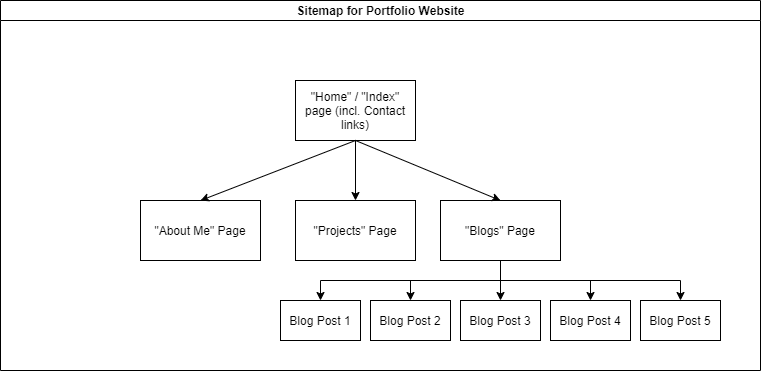
This is docs/sitemap.png from raymonddoan/portfolio_website, a draw.io export, as it was before one commit. Source tidied: cells renumbered, new cells last; positions are measured from the earlier drawing's top-left corner, leaving out a move shared by most shapes.
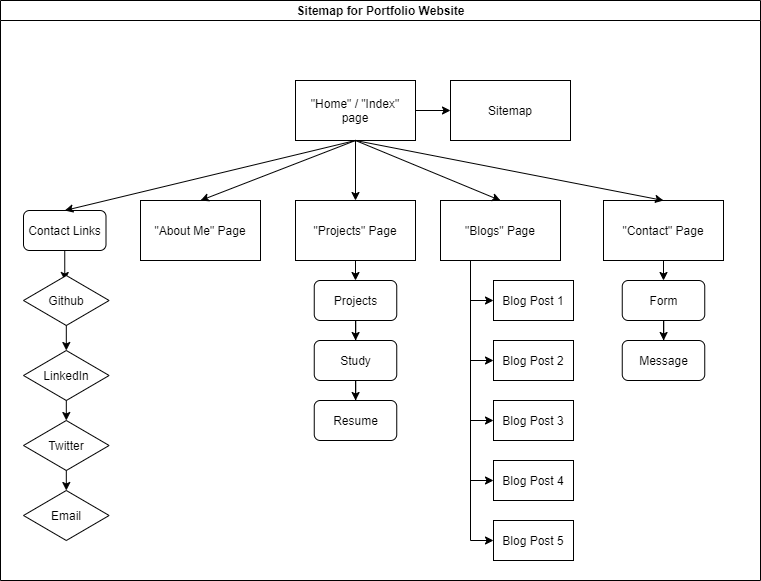
The same diagram one commit later.

The edit, as a diff of the source:
```diff
@@ -3,9 +3,9 @@
     <mxCell id="0" />
     <mxCell id="1" parent="0" />
     <mxCell id="2" value="Sitemap for Portfolio Website" style="swimlane;html=1;startSize=20;horizontal=1;containerType=tree;glass=0;" parent="1" vertex="1">
-      <mxGeometry width="760" height="370" as="geometry" />
+      <mxGeometry width="760" height="580" as="geometry" />
     </mxCell>
-    <mxCell id="3" value="&quot;Home&quot; / &quot;Index&quot; page (incl. Contact links)" style="rounded=0;whiteSpace=wrap;html=1;" parent="2" vertex="1">
+    <mxCell id="3" value="&quot;Home&quot; / &quot;Index&quot; page" style="rounded=0;whiteSpace=wrap;html=1;" parent="2" vertex="1">
       <mxGeometry x="295" y="80" width="120" height="60" as="geometry" />
     </mxCell>
     <mxCell id="4" value="&quot;About Me&quot; Page" style="rounded=0;whiteSpace=wrap;html=1;" parent="2" vertex="1">
@@ -17,36 +17,12 @@
     <mxCell id="6" value="&quot;Blogs&quot; Page" style="rounded=0;whiteSpace=wrap;html=1;" parent="2" vertex="1">
       <mxGeometry x="440" y="200" width="120" height="60" as="geometry" />
     </mxCell>
-    <mxCell id="7" style="edgeStyle=orthogonalEdgeStyle;rounded=0;jettySize=auto;html=1;exitX=0.5;exitY=1;exitDx=0;exitDy=0;" parent="2" edge="1" source="6" target="8">
+    <mxCell id="7" style="edgeStyle=orthogonalEdgeStyle;rounded=0;jettySize=auto;html=1;exitX=0.25;exitY=1;exitDx=0;exitDy=0;entryX=0;entryY=0.5;entryDx=0;entryDy=0;" parent="2" edge="1" source="6" target="8">
       <mxGeometry relative="1" as="geometry" />
     </mxCell>
     <mxCell id="8" value="Blog Post 1" style="rounded=0;whiteSpace=wrap;html=1;" parent="2" vertex="1">
-      <mxGeometry x="280" y="300" width="80" height="40" as="geometry" />
+      <mxGeometry x="493" y="280" width="80" height="40" as="geometry" />
     </mxCell>
-    <mxCell id="9" style="edgeStyle=orthogonalEdgeStyle;rounded=0;jettySize=auto;html=1;exitX=0.5;exitY=1;exitDx=0;exitDy=0;" parent="2" edge="1" source="6" target="10">
-      <mxGeometry relative="1" as="geometry" />
-    </mxCell>
-    <mxCell id="10" value="Blog Post 2" style="rounded=0;whiteSpace=wrap;html=1;" parent="2" vertex="1">
-      <mxGeometry x="370" y="300" width="80" height="40" as="geometry" />
-    </mxCell>
-    <mxCell id="11" style="edgeStyle=orthogonalEdgeStyle;rounded=0;jettySize=auto;html=1;" parent="2" edge="1" source="6" target="12">
-      <mxGeometry relative="1" as="geometry" />
-    </mxCell>
-    <mxCell id="12" value="Blog Post 3" style="rounded=0;whiteSpace=wrap;html=1;" parent="2" vertex="1">
-      <mxGeometry x="460" y="300" width="80" height="40" as="geometry" />
-    </mxCell>
-    <mxCell id="13" style="edgeStyle=orthogonalEdgeStyle;rounded=0;jettySize=auto;html=1;exitX=0.5;exitY=1;exitDx=0;exitDy=0;" parent="2" edge="1" source="6" target="14">
-      <mxGeometry relative="1" as="geometry" />
-    </mxCell>
-    <mxCell id="14" value="Blog Post 4" style="rounded=0;whiteSpace=wrap;html=1;" parent="2" vertex="1">
-      <mxGeometry x="550" y="300" width="80" height="40" as="geometry" />
-    </mxCell>
-    <mxCell id="15" style="edgeStyle=orthogonalEdgeStyle;rounded=0;jettySize=auto;html=1;exitX=0.5;exitY=1;exitDx=0;exitDy=0;" parent="2" edge="1" source="6" target="16">
-      <mxGeometry relative="1" as="geometry" />
-    </mxCell>
-    <mxCell id="16" value="Blog Post 5" style="rounded=0;whiteSpace=wrap;html=1;" parent="2" vertex="1">
-      <mxGeometry x="640" y="300" width="80" height="40" as="geometry" />
-    </mxCell>
     <mxCell id="17" style="endArrow=classic;html=1;exitX=0.5;exitY=1;exitDx=0;exitDy=0;entryX=0.5;entryY=0;entryDx=0;entryDy=0;" parent="2" edge="1" source="3" target="5">
       <mxGeometry relative="1" as="geometry" />
     </mxCell>
@@ -56,5 +32,105 @@
     <mxCell id="19" style="endArrow=classic;html=1;entryX=0.5;entryY=0;entryDx=0;entryDy=0;exitX=0.5;exitY=1;exitDx=0;exitDy=0;" parent="2" edge="1" source="3" target="6">
       <mxGeometry relative="1" as="geometry" />
     </mxCell>
+    <mxCell id="20" style="edgeStyle=orthogonalEdgeStyle;rounded=0;jettySize=auto;html=1;" parent="2" edge="1" source="3" target="21">
+      <mxGeometry relative="1" as="geometry" />
+    </mxCell>
+    <mxCell id="21" value="Sitemap" style="rounded=0;whiteSpace=wrap;html=1;" parent="2" vertex="1">
+      <mxGeometry x="450" y="80" width="120" height="60" as="geometry" />
+    </mxCell>
+    <mxCell id="22" value="&quot;Contact&quot; Page" style="rounded=0;whiteSpace=wrap;html=1;" parent="2" vertex="1">
+      <mxGeometry x="603" y="200" width="120" height="60" as="geometry" />
+    </mxCell>
+    <mxCell id="23" value="Projects" style="rounded=1;whiteSpace=wrap;html=1;" parent="2" vertex="1">
+      <mxGeometry x="313.8" y="280" width="82.5" height="40" as="geometry" />
+    </mxCell>
+    <mxCell id="24" style="edgeStyle=orthogonalEdgeStyle;rounded=0;jettySize=auto;html=1;" parent="2" edge="1" source="23" target="25">
+      <mxGeometry relative="1" as="geometry" />
+    </mxCell>
+    <mxCell id="25" value="Study" style="rounded=1;whiteSpace=wrap;html=1;" parent="2" vertex="1">
+      <mxGeometry x="313.8" y="340" width="82.5" height="40" as="geometry" />
+    </mxCell>
+    <mxCell id="26" style="endArrow=classic;html=1;exitX=0.5;exitY=1;exitDx=0;exitDy=0;entryX=0.5;entryY=0;entryDx=0;entryDy=0;" parent="2" edge="1" source="5" target="23">
+      <mxGeometry relative="1" as="geometry" />
+    </mxCell>
+    <mxCell id="27" style="edgeStyle=orthogonalEdgeStyle;rounded=0;jettySize=auto;html=1;" parent="2" edge="1" source="25" target="28">
+      <mxGeometry relative="1" as="geometry" />
+    </mxCell>
+    <mxCell id="28" value="Resume" style="rounded=1;whiteSpace=wrap;html=1;" parent="2" vertex="1">
+      <mxGeometry x="313.8" y="400" width="82.5" height="40" as="geometry" />
+    </mxCell>
+    <mxCell id="29" value="Contact Links" style="rounded=1;whiteSpace=wrap;html=1;" parent="2" vertex="1">
+      <mxGeometry x="23" y="210" width="82.5" height="40" as="geometry" />
+    </mxCell>
+    <mxCell id="30" style="endArrow=classic;html=1;exitX=0.5;exitY=1;exitDx=0;exitDy=0;entryX=0.5;entryY=0;entryDx=0;entryDy=0;" parent="2" edge="1" source="3" target="29">
+      <mxGeometry relative="1" as="geometry" />
+    </mxCell>
+    <mxCell id="31" style="endArrow=classic;html=1;exitX=0.5;exitY=1;exitDx=0;exitDy=0;entryX=0.482;entryY=0.1;entryDx=0;entryDy=0;entryPerimeter=0;" parent="2" edge="1" target="32">
+      <mxGeometry relative="1" as="geometry">
+        <mxPoint x="64.2" y="250" as="sourcePoint" />
+      </mxGeometry>
+    </mxCell>
+    <mxCell id="32" value="Github" style="rhombus;whiteSpace=wrap;html=1;" parent="2" vertex="1">
+      <mxGeometry x="23" y="275" width="85.6" height="50" as="geometry" />
+    </mxCell>
+    <mxCell id="33" style="endArrow=classic;html=1;exitX=0.5;exitY=1;exitDx=0;exitDy=0;entryX=0.5;entryY=0;entryDx=0;entryDy=0;" parent="2" edge="1" source="32" target="34">
+      <mxGeometry relative="1" as="geometry" />
+    </mxCell>
+    <mxCell id="34" value="LinkedIn" style="rhombus;whiteSpace=wrap;html=1;" parent="2" vertex="1">
+      <mxGeometry x="23" y="350" width="85.6" height="50" as="geometry" />
+    </mxCell>
+    <mxCell id="35" style="endArrow=classic;html=1;exitX=0.5;exitY=1;exitDx=0;exitDy=0;entryX=0.5;entryY=0;entryDx=0;entryDy=0;" parent="2" edge="1" source="34" target="36">
+      <mxGeometry relative="1" as="geometry" />
+    </mxCell>
+    <mxCell id="36" value="Twitter" style="rhombus;whiteSpace=wrap;html=1;" parent="2" vertex="1">
+      <mxGeometry x="23" y="420" width="85.6" height="50" as="geometry" />
+    </mxCell>
+    <mxCell id="37" style="endArrow=classic;html=1;entryX=0.5;entryY=0;entryDx=0;entryDy=0;exitX=0.5;exitY=1;exitDx=0;exitDy=0;" parent="2" edge="1" source="3" target="22">
+      <mxGeometry relative="1" as="geometry" />
+    </mxCell>
+    <mxCell id="38" value="Form" style="rounded=1;whiteSpace=wrap;html=1;" parent="2" vertex="1">
+      <mxGeometry x="621.8" y="280" width="82.5" height="40" as="geometry" />
+    </mxCell>
+    <mxCell id="39" style="edgeStyle=orthogonalEdgeStyle;rounded=0;jettySize=auto;html=1;" parent="2" edge="1" source="38" target="40">
+      <mxGeometry relative="1" as="geometry" />
+    </mxCell>
+    <mxCell id="40" value="Message" style="rounded=1;whiteSpace=wrap;html=1;" parent="2" vertex="1">
+      <mxGeometry x="621.8" y="340" width="82.5" height="40" as="geometry" />
+    </mxCell>
+    <mxCell id="41" style="endArrow=classic;html=1;exitX=0.5;exitY=1;exitDx=0;exitDy=0;entryX=0.5;entryY=0;entryDx=0;entryDy=0;" parent="2" edge="1" target="38">
+      <mxGeometry relative="1" as="geometry">
+        <mxPoint x="663" y="260" as="sourcePoint" />
+      </mxGeometry>
+    </mxCell>
+    <mxCell id="42" value="Email" style="rhombus;whiteSpace=wrap;html=1;" parent="2" vertex="1">
+      <mxGeometry x="23" y="490" width="85.6" height="50" as="geometry" />
+    </mxCell>
+    <mxCell id="43" style="endArrow=classic;html=1;exitX=0.5;exitY=1;exitDx=0;exitDy=0;entryX=0.5;entryY=0;entryDx=0;entryDy=0;" parent="2" edge="1" source="36" target="42">
+      <mxGeometry relative="1" as="geometry" />
+    </mxCell>
+    <mxCell id="12" value="Blog Post 3" style="rounded=0;whiteSpace=wrap;html=1;" parent="1" vertex="1">
+      <mxGeometry x="493" y="400" width="80" height="40" as="geometry" />
+    </mxCell>
+    <mxCell id="11" style="edgeStyle=orthogonalEdgeStyle;rounded=0;jettySize=auto;html=1;entryX=0;entryY=0.5;entryDx=0;entryDy=0;exitX=0.25;exitY=1;exitDx=0;exitDy=0;" parent="1" edge="1" source="6" target="12">
+      <mxGeometry relative="1" as="geometry" />
+    </mxCell>
+    <mxCell id="10" value="Blog Post 2" style="rounded=0;whiteSpace=wrap;html=1;" parent="1" vertex="1">
+      <mxGeometry x="493" y="340" width="80" height="40" as="geometry" />
+    </mxCell>
+    <mxCell id="9" style="edgeStyle=orthogonalEdgeStyle;rounded=0;jettySize=auto;html=1;entryX=0;entryY=0.5;entryDx=0;entryDy=0;exitX=0.25;exitY=1;exitDx=0;exitDy=0;" parent="1" edge="1" source="6" target="10">
+      <mxGeometry relative="1" as="geometry" />
+    </mxCell>
+    <mxCell id="14" value="Blog Post 4" style="rounded=0;whiteSpace=wrap;html=1;" parent="1" vertex="1">
+      <mxGeometry x="493" y="460" width="80" height="40" as="geometry" />
+    </mxCell>
+    <mxCell id="13" style="edgeStyle=orthogonalEdgeStyle;rounded=0;jettySize=auto;html=1;exitX=0.25;exitY=1;exitDx=0;exitDy=0;entryX=0;entryY=0.5;entryDx=0;entryDy=0;" parent="1" edge="1" source="6" target="14">
+      <mxGeometry relative="1" as="geometry" />
+    </mxCell>
+    <mxCell id="16" value="Blog Post 5" style="rounded=0;whiteSpace=wrap;html=1;" parent="1" vertex="1">
+      <mxGeometry x="493" y="520" width="80" height="40" as="geometry" />
+    </mxCell>
+    <mxCell id="15" style="edgeStyle=orthogonalEdgeStyle;rounded=0;jettySize=auto;html=1;exitX=0.25;exitY=1;exitDx=0;exitDy=0;entryX=0;entryY=0.5;entryDx=0;entryDy=0;" parent="1" edge="1" source="6" target="16">
+      <mxGeometry relative="1" as="geometry" />
+    </mxCell>
   </root>
 </mxGraphModel>
```
